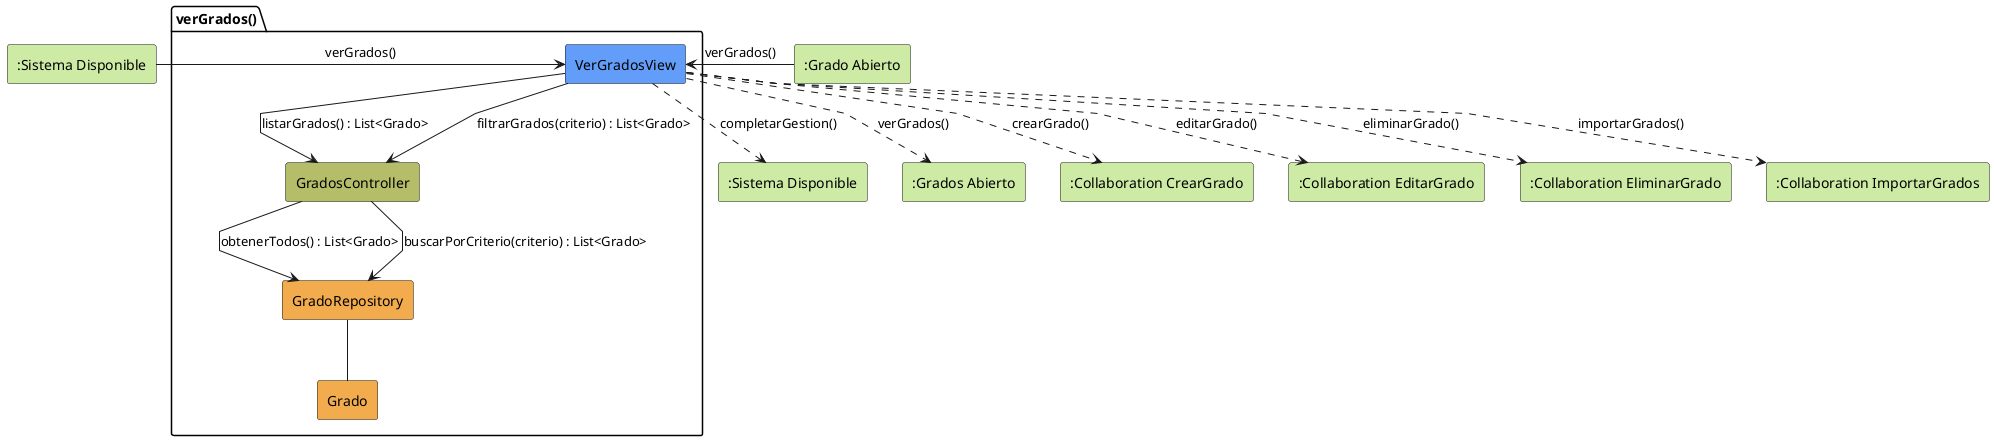
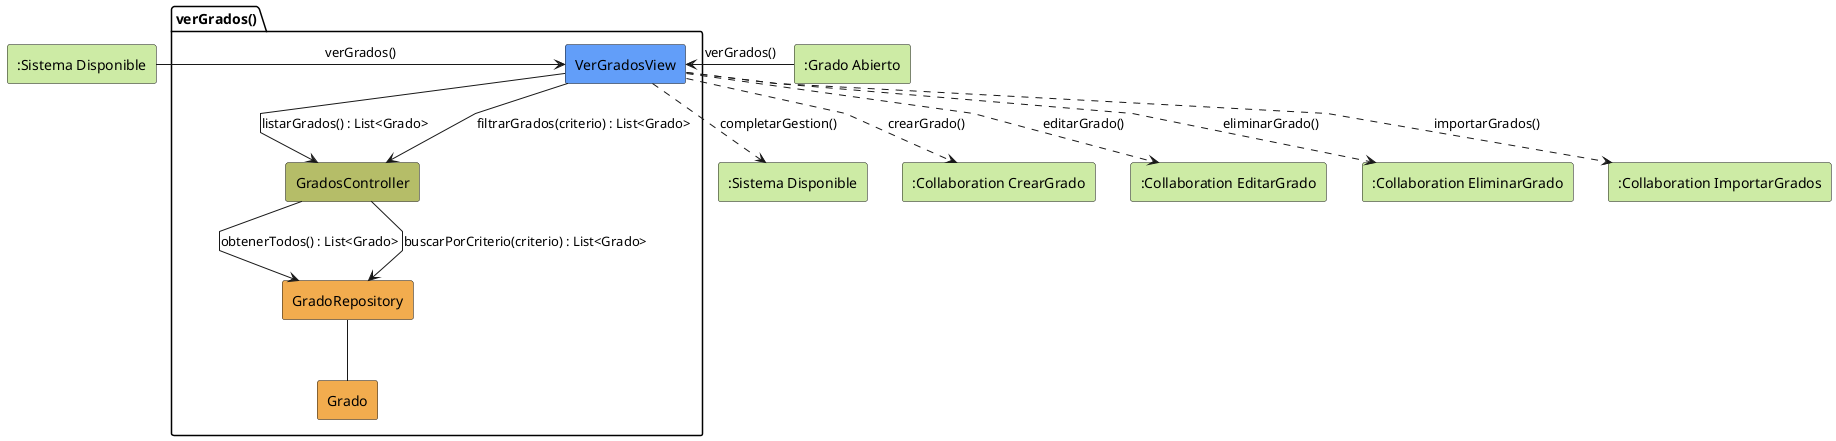
@startuml verGrados-analisis
skinparam linetype polyline

rectangle #CDEBA5 ":Sistema Disponible" as SistemaDisponible
rectangle #CDEBA5 ":Grado Abierto" as GradoAbierto
package verGrados as "verGrados()" {
    rectangle #629EF9 VerGradosView
    rectangle #b5bd68 GradosController
    rectangle #F2AC4E GradoRepository
    rectangle #F2AC4E Grado
}

rectangle #CDEBA5 ":Sistema Disponible" as SistemaDisponibleSalida
- rectangle #CDEBA5 ":Grados Abierto" as GradosAbierto
rectangle #CDEBA5 ":Collaboration CrearGrado" as CrearGrado
rectangle #CDEBA5 ":Collaboration EditarGrado" as EditarGrado
rectangle #CDEBA5 ":Collaboration EliminarGrado" as EliminarGrado
rectangle #CDEBA5 ":Collaboration ImportarGrados" as ImportarGrados

SistemaDisponible -r-> VerGradosView: verGrados()
GradoAbierto -r-> VerGradosView: verGrados()

VerGradosView -d-> GradosController: listarGrados() : List<Grado>

GradosController --> GradoRepository: obtenerTodos() : List<Grado>

GradoRepository -- Grado

VerGradosView --> GradosController: filtrarGrados(criterio) : List<Grado>

GradosController --> GradoRepository: buscarPorCriterio(criterio) : List<Grado>

- VerGradosView ..> GradosAbierto: verGrados()
VerGradosView ..> SistemaDisponibleSalida: completarGestion()
VerGradosView ..> CrearGrado: crearGrado()
VerGradosView ..> EditarGrado: editarGrado()
VerGradosView ..> EliminarGrado: eliminarGrado()
VerGradosView ..> ImportarGrados: importarGrados()

@enduml